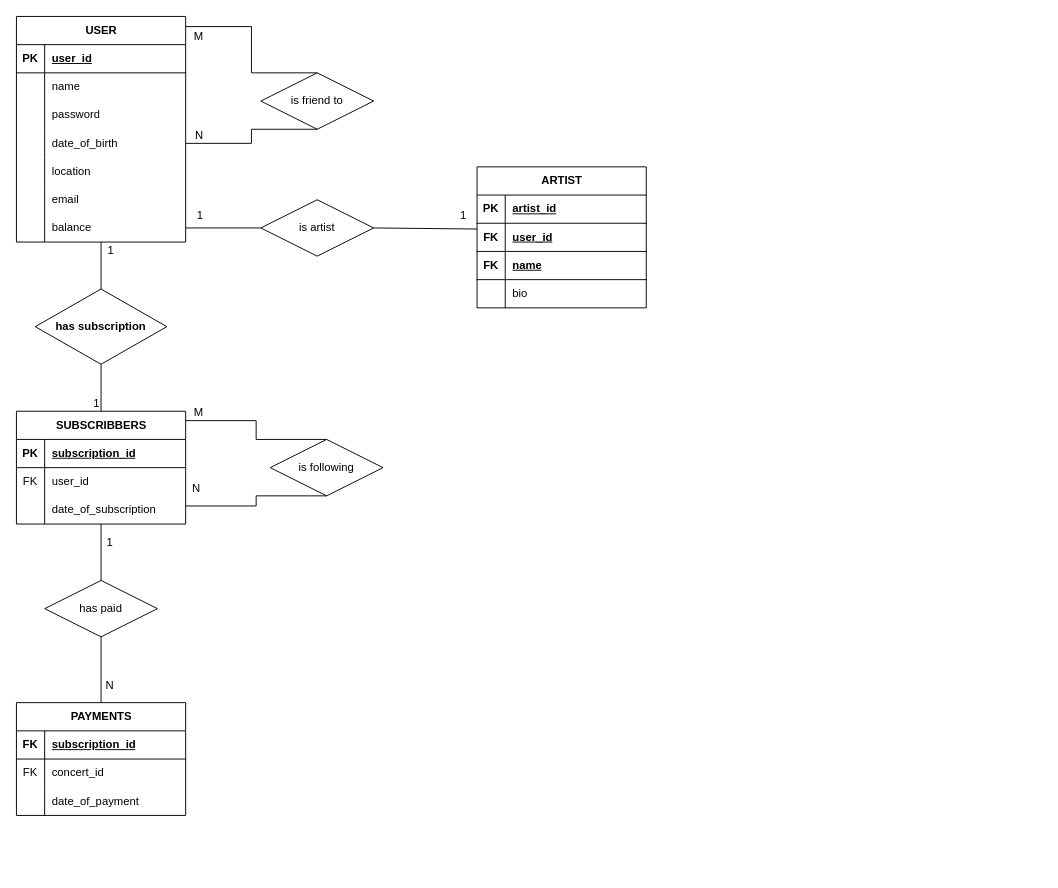
The draw.io diagram Spotify_ERD.drawio in mhtcode/Draw.io, before the edit. Source tidied: cells renumbered, new cells numbered last; positions are measured from the earlier drawing's top-left corner, leaving out a move shared by most shapes. Both pictures are drawn from the tidied source at 94%, with x=0, y=0 at pixel (16, 16).
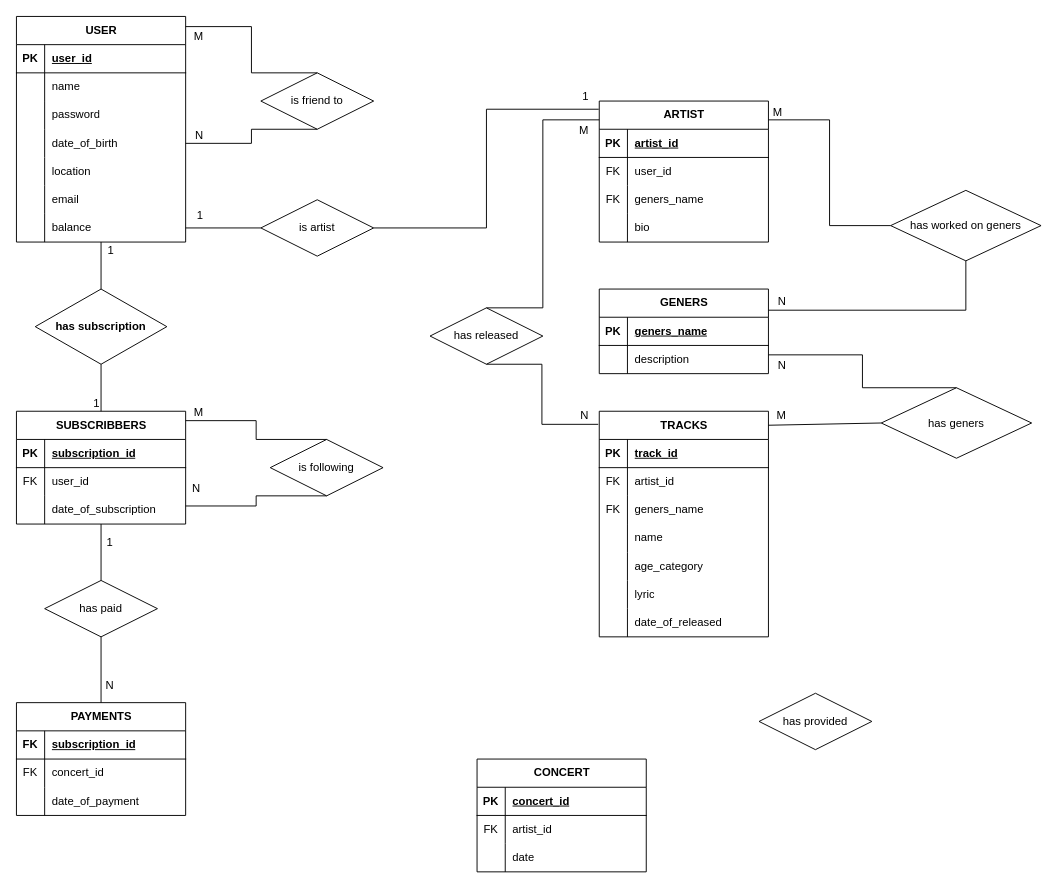
Above is the later version.

The change refers to these unchanged cells:
```xml
<mxCell id="72" value="is artist" style="shape=rhombus;perimeter=rhombusPerimeter;whiteSpace=wrap;html=1;align=center;" parent="1" vertex="1">
  <mxGeometry x="260" y="195" width="120" height="60" as="geometry" />
</mxCell>
```

What changed in the source:
```diff
@@
-    <mxCell id="59" value="ARTIST" style="shape=table;startSize=30;childLayout=tableLayout;rowLines=0;fontStyle=1;align=center;html=1;" parent="1" vertex="1">
-      <mxGeometry x="490" y="160" width="180" height="150" as="geometry" />
-    </mxCell>
-    <mxCell id="60" style="shape=tableRow;horizontal=0;startSize=0;swimlaneHead=0;swimlaneBody=0;fillColor=none;top=0;left=0;right=0;bottom=1;" parent="59" vertex="1">
-      <mxGeometry y="30" width="180" height="30" as="geometry" />
-    </mxCell>
-    <mxCell id="61" value="PK" style="shape=partialRectangle;fillColor=none;top=0;left=0;bottom=0;right=0;fontStyle=1;overflow=hidden;whiteSpace=wrap;html=1;" parent="60" vertex="1">
-      <mxGeometry width="30" height="30" as="geometry" />
-    </mxCell>
-    <mxCell id="62" value="artist_id" style="shape=partialRectangle;fillColor=none;top=0;left=0;bottom=0;right=0;align=left;spacingLeft=6;fontStyle=5;overflow=hidden;whiteSpace=wrap;html=1;" parent="60" vertex="1">
-      <mxGeometry x="30" width="150" height="30" as="geometry" />
-    </mxCell>
-    <mxCell id="63" style="shape=tableRow;horizontal=0;startSize=0;swimlaneHead=0;swimlaneBody=0;fillColor=none;points=[[0,0.5],[1,0.5]];portConstraint=eastwest;top=0;left=0;right=0;bottom=1;" parent="59" vertex="1">
-      <mxGeometry y="60" width="180" height="30" as="geometry" />
-    </mxCell>
-    <mxCell id="64" value="FK" style="shape=partialRectangle;fillColor=none;top=0;left=0;bottom=0;right=0;fontStyle=1;overflow=hidden;whiteSpace=wrap;html=1;" parent="63" vertex="1">
-      <mxGeometry width="30" height="30" as="geometry" />
-    </mxCell>
-    <mxCell id="65" value="user_id" style="shape=partialRectangle;fillColor=none;top=0;left=0;bottom=0;right=0;align=left;spacingLeft=6;fontStyle=5;overflow=hidden;whiteSpace=wrap;html=1;" parent="63" vertex="1">
-      <mxGeometry x="30" width="150" height="30" as="geometry" />
-    </mxCell>
-    <mxCell id="66" style="shape=tableRow;horizontal=0;startSize=0;swimlaneHead=0;swimlaneBody=0;fillColor=none;top=0;left=0;right=0;bottom=1;" parent="59" vertex="1">
-      <mxGeometry y="90" width="180" height="30" as="geometry" />
-    </mxCell>
-    <mxCell id="67" value="FK" style="shape=partialRectangle;fillColor=none;top=0;left=0;bottom=0;right=0;fontStyle=1;overflow=hidden;whiteSpace=wrap;html=1;" parent="66" vertex="1">
-      <mxGeometry width="30" height="30" as="geometry" />
-    </mxCell>
-    <mxCell id="68" value="name" style="shape=partialRectangle;fillColor=none;top=0;left=0;bottom=0;right=0;align=left;spacingLeft=6;fontStyle=5;overflow=hidden;whiteSpace=wrap;html=1;" parent="66" vertex="1">
-      <mxGeometry x="30" width="150" height="30" as="geometry" />
-    </mxCell>
-    <mxCell id="69" style="shape=tableRow;horizontal=0;startSize=0;swimlaneHead=0;swimlaneBody=0;fillColor=none;top=0;left=0;right=0;bottom=0;" parent="59" vertex="1">
-      <mxGeometry y="120" width="180" height="30" as="geometry" />
-    </mxCell>
-    <mxCell id="70" style="shape=partialRectangle;fillColor=none;top=0;left=0;bottom=0;right=0;overflow=hidden;whiteSpace=wrap;html=1;" parent="69" vertex="1">
-      <mxGeometry width="30" height="30" as="geometry" />
-    </mxCell>
-    <mxCell id="71" value="bio" style="shape=partialRectangle;fillColor=none;top=0;left=0;bottom=0;right=0;align=left;spacingLeft=6;overflow=hidden;whiteSpace=wrap;html=1;" parent="69" vertex="1">
-      <mxGeometry x="30" width="150" height="30" as="geometry" />
-    </mxCell>
@@
-    <mxCell id="73" style="endArrow=none;html=1;rounded=0;exitX=1;exitY=0.5;exitDx=0;exitDy=0;entryX=0;entryY=0.205;entryDx=0;entryDy=0;entryPerimeter=0;" parent="1" edge="1" source="72" target="63">
+    <mxCell id="73" style="endArrow=none;html=1;rounded=0;exitX=1;exitY=0.5;exitDx=0;exitDy=0;entryX=-0.003;entryY=0.058;entryDx=0;entryDy=0;entryPerimeter=0;edgeStyle=elbowEdgeStyle;" parent="1" edge="1" source="72" target="59">
       <mxGeometry relative="1" as="geometry" />
     </mxCell>
@@
+    <mxCell id="82" value="CONCERT" style="shape=table;startSize=30;childLayout=tableLayout;rowLines=0;fontStyle=1;align=center;html=1;" parent="1" vertex="1">
+      <mxGeometry x="490" y="790" width="180" height="120" as="geometry" />
+    </mxCell>
+    <mxCell id="83" style="shape=tableRow;horizontal=0;startSize=0;swimlaneHead=0;swimlaneBody=0;fillColor=none;top=0;left=0;right=0;bottom=1;" parent="82" vertex="1">
+      <mxGeometry y="30" width="180" height="30" as="geometry" />
+    </mxCell>
+    <mxCell id="84" value="PK" style="shape=partialRectangle;fillColor=none;top=0;left=0;bottom=0;right=0;fontStyle=1;overflow=hidden;whiteSpace=wrap;html=1;" parent="83" vertex="1">
+      <mxGeometry width="30" height="30" as="geometry" />
+    </mxCell>
+    <mxCell id="85" value="concert_id" style="shape=partialRectangle;fillColor=none;top=0;left=0;bottom=0;right=0;align=left;spacingLeft=6;fontStyle=5;overflow=hidden;whiteSpace=wrap;html=1;" parent="83" vertex="1">
+      <mxGeometry x="30" width="150" height="30" as="geometry" />
+    </mxCell>
+    <mxCell id="86" style="shape=tableRow;horizontal=0;startSize=0;swimlaneHead=0;swimlaneBody=0;fillColor=none;top=0;left=0;right=0;bottom=0;" parent="82" vertex="1">
+      <mxGeometry y="60" width="180" height="30" as="geometry" />
+    </mxCell>
+    <mxCell id="87" value="FK" style="shape=partialRectangle;fillColor=none;top=0;left=0;bottom=0;right=0;overflow=hidden;whiteSpace=wrap;html=1;" parent="86" vertex="1">
+      <mxGeometry width="30" height="30" as="geometry" />
+    </mxCell>
+    <mxCell id="88" value="artist_id" style="shape=partialRectangle;fillColor=none;top=0;left=0;bottom=0;right=0;align=left;spacingLeft=6;overflow=hidden;whiteSpace=wrap;html=1;" parent="86" vertex="1">
+      <mxGeometry x="30" width="150" height="30" as="geometry" />
+    </mxCell>
+    <mxCell id="89" style="shape=tableRow;horizontal=0;startSize=0;swimlaneHead=0;swimlaneBody=0;fillColor=none;top=0;left=0;right=0;bottom=0;" parent="82" vertex="1">
+      <mxGeometry y="90" width="180" height="30" as="geometry" />
+    </mxCell>
+    <mxCell id="90" style="shape=partialRectangle;fillColor=none;top=0;left=0;bottom=0;right=0;overflow=hidden;whiteSpace=wrap;html=1;" parent="89" vertex="1">
+      <mxGeometry width="30" height="30" as="geometry" />
+    </mxCell>
+    <mxCell id="91" value="date" style="shape=partialRectangle;fillColor=none;top=0;left=0;bottom=0;right=0;align=left;spacingLeft=6;overflow=hidden;whiteSpace=wrap;html=1;" parent="89" vertex="1">
+      <mxGeometry x="30" width="150" height="30" as="geometry" />
+    </mxCell>
+    <mxCell id="92" value="has provided" style="shape=rhombus;perimeter=rhombusPerimeter;whiteSpace=wrap;html=1;align=center;" parent="1" vertex="1">
+      <mxGeometry x="790" y="720" width="120" height="60" as="geometry" />
+    </mxCell>
+    <mxCell id="93" value="has released" style="shape=rhombus;perimeter=rhombusPerimeter;whiteSpace=wrap;html=1;align=center;" parent="1" vertex="1">
+      <mxGeometry x="440" y="310" width="120" height="60" as="geometry" />
+    </mxCell>
+    <mxCell id="59" value="ARTIST" style="shape=table;startSize=30;childLayout=tableLayout;rowLines=0;fontStyle=1;align=center;html=1;" parent="1" vertex="1">
+      <mxGeometry x="620" y="90" width="180" height="150" as="geometry" />
+    </mxCell>
+    <mxCell id="60" style="shape=tableRow;horizontal=0;startSize=0;swimlaneHead=0;swimlaneBody=0;fillColor=none;top=0;left=0;right=0;bottom=1;" parent="59" vertex="1">
+      <mxGeometry y="30" width="180" height="30" as="geometry" />
+    </mxCell>
+    <mxCell id="61" value="PK" style="shape=partialRectangle;fillColor=none;top=0;left=0;bottom=0;right=0;fontStyle=1;overflow=hidden;whiteSpace=wrap;html=1;" parent="60" vertex="1">
+      <mxGeometry width="30" height="30" as="geometry" />
+    </mxCell>
+    <mxCell id="62" value="artist_id" style="shape=partialRectangle;fillColor=none;top=0;left=0;bottom=0;right=0;align=left;spacingLeft=6;fontStyle=5;overflow=hidden;whiteSpace=wrap;html=1;" parent="60" vertex="1">
+      <mxGeometry x="30" width="150" height="30" as="geometry" />
+    </mxCell>
+    <mxCell id="94" style="shape=tableRow;horizontal=0;startSize=0;swimlaneHead=0;swimlaneBody=0;fillColor=none;top=0;left=0;right=0;bottom=0;" parent="59" vertex="1">
+      <mxGeometry y="60" width="180" height="30" as="geometry" />
+    </mxCell>
+    <mxCell id="95" value="FK" style="shape=partialRectangle;fillColor=none;top=0;left=0;bottom=0;right=0;overflow=hidden;whiteSpace=wrap;html=1;" parent="94" vertex="1">
+      <mxGeometry width="30" height="30" as="geometry" />
+    </mxCell>
+    <mxCell id="65" value="user_id" style="shape=partialRectangle;fillColor=none;top=0;left=0;bottom=0;right=0;align=left;spacingLeft=6;overflow=hidden;whiteSpace=wrap;html=1;" parent="94" vertex="1">
+      <mxGeometry x="30" width="150" height="30" as="geometry" />
+    </mxCell>
+    <mxCell id="96" style="shape=tableRow;horizontal=0;startSize=0;swimlaneHead=0;swimlaneBody=0;fillColor=none;top=0;left=0;right=0;bottom=0;" parent="59" vertex="1">
+      <mxGeometry y="90" width="180" height="30" as="geometry" />
+    </mxCell>
+    <mxCell id="97" value="FK" style="shape=partialRectangle;fillColor=none;top=0;left=0;bottom=0;right=0;overflow=hidden;whiteSpace=wrap;html=1;" parent="96" vertex="1">
+      <mxGeometry width="30" height="30" as="geometry" />
+    </mxCell>
+    <mxCell id="98" value="geners_name" style="shape=partialRectangle;fillColor=none;top=0;left=0;bottom=0;right=0;align=left;spacingLeft=6;overflow=hidden;whiteSpace=wrap;html=1;" parent="96" vertex="1">
+      <mxGeometry x="30" width="150" height="30" as="geometry" />
+    </mxCell>
+    <mxCell id="69" style="shape=tableRow;horizontal=0;startSize=0;swimlaneHead=0;swimlaneBody=0;fillColor=none;top=0;left=0;right=0;bottom=0;" parent="59" vertex="1">
+      <mxGeometry y="120" width="180" height="30" as="geometry" />
+    </mxCell>
+    <mxCell id="70" style="shape=partialRectangle;fillColor=none;top=0;left=0;bottom=0;right=0;overflow=hidden;whiteSpace=wrap;html=1;" parent="69" vertex="1">
+      <mxGeometry width="30" height="30" as="geometry" />
+    </mxCell>
+    <mxCell id="71" value="bio" style="shape=partialRectangle;fillColor=none;top=0;left=0;bottom=0;right=0;align=left;spacingLeft=6;overflow=hidden;whiteSpace=wrap;html=1;" parent="69" vertex="1">
+      <mxGeometry x="30" width="150" height="30" as="geometry" />
+    </mxCell>
+    <mxCell id="99" value="TRACKS" style="shape=table;startSize=30;childLayout=tableLayout;rowLines=0;fontStyle=1;align=center;html=1;" parent="1" vertex="1">
+      <mxGeometry x="620" y="420" width="180" height="240" as="geometry" />
+    </mxCell>
+    <mxCell id="100" style="shape=tableRow;horizontal=0;startSize=0;swimlaneHead=0;swimlaneBody=0;fillColor=none;top=0;left=0;right=0;bottom=1;" parent="99" vertex="1">
+      <mxGeometry y="30" width="180" height="30" as="geometry" />
+    </mxCell>
+    <mxCell id="101" value="PK" style="shape=partialRectangle;fillColor=none;top=0;left=0;bottom=0;right=0;fontStyle=1;overflow=hidden;whiteSpace=wrap;html=1;" parent="100" vertex="1">
+      <mxGeometry width="30" height="30" as="geometry" />
+    </mxCell>
+    <mxCell id="102" value="track_id" style="shape=partialRectangle;fillColor=none;top=0;left=0;bottom=0;right=0;align=left;spacingLeft=6;fontStyle=5;overflow=hidden;whiteSpace=wrap;html=1;" parent="100" vertex="1">
+      <mxGeometry x="30" width="150" height="30" as="geometry" />
+    </mxCell>
+    <mxCell id="103" style="shape=tableRow;horizontal=0;startSize=0;swimlaneHead=0;swimlaneBody=0;fillColor=none;top=0;left=0;right=0;bottom=0;" parent="99" vertex="1">
+      <mxGeometry y="60" width="180" height="30" as="geometry" />
+    </mxCell>
+    <mxCell id="104" value="FK" style="shape=partialRectangle;fillColor=none;top=0;left=0;bottom=0;right=0;overflow=hidden;whiteSpace=wrap;html=1;" parent="103" vertex="1">
+      <mxGeometry width="30" height="30" as="geometry" />
+    </mxCell>
+    <mxCell id="105" value="artist_id" style="shape=partialRectangle;fillColor=none;top=0;left=0;bottom=0;right=0;align=left;spacingLeft=6;overflow=hidden;whiteSpace=wrap;html=1;" parent="103" vertex="1">
+      <mxGeometry x="30" width="150" height="30" as="geometry" />
+    </mxCell>
+    <mxCell id="106" style="shape=tableRow;horizontal=0;startSize=0;swimlaneHead=0;swimlaneBody=0;fillColor=none;top=0;left=0;right=0;bottom=0;" parent="99" vertex="1">
+      <mxGeometry y="90" width="180" height="30" as="geometry" />
+    </mxCell>
+    <mxCell id="107" value="FK" style="shape=partialRectangle;fillColor=none;top=0;left=0;bottom=0;right=0;overflow=hidden;whiteSpace=wrap;html=1;" parent="106" vertex="1">
+      <mxGeometry width="30" height="30" as="geometry" />
+    </mxCell>
+    <mxCell id="108" value="geners_name" style="shape=partialRectangle;fillColor=none;top=0;left=0;bottom=0;right=0;align=left;spacingLeft=6;overflow=hidden;whiteSpace=wrap;html=1;" parent="106" vertex="1">
+      <mxGeometry x="30" width="150" height="30" as="geometry" />
+    </mxCell>
+    <mxCell id="109" style="shape=tableRow;horizontal=0;startSize=0;swimlaneHead=0;swimlaneBody=0;fillColor=none;top=0;left=0;right=0;bottom=0;" parent="99" vertex="1">
+      <mxGeometry y="120" width="180" height="30" as="geometry" />
+    </mxCell>
+    <mxCell id="110" style="shape=partialRectangle;fillColor=none;top=0;left=0;bottom=0;right=0;overflow=hidden;whiteSpace=wrap;html=1;" parent="109" vertex="1">
+      <mxGeometry width="30" height="30" as="geometry" />
+    </mxCell>
+    <mxCell id="68" value="name" style="shape=partialRectangle;fillColor=none;top=0;left=0;bottom=0;right=0;align=left;spacingLeft=6;overflow=hidden;whiteSpace=wrap;html=1;" parent="109" vertex="1">
+      <mxGeometry x="30" width="150" height="30" as="geometry" />
+    </mxCell>
+    <mxCell id="111" style="shape=tableRow;horizontal=0;startSize=0;swimlaneHead=0;swimlaneBody=0;fillColor=none;top=0;left=0;right=0;bottom=0;" parent="99" vertex="1">
+      <mxGeometry y="150" width="180" height="30" as="geometry" />
+    </mxCell>
+    <mxCell id="112" style="shape=partialRectangle;fillColor=none;top=0;left=0;bottom=0;right=0;overflow=hidden;whiteSpace=wrap;html=1;" parent="111" vertex="1">
+      <mxGeometry width="30" height="30" as="geometry" />
+    </mxCell>
+    <mxCell id="113" value="age_category" style="shape=partialRectangle;fillColor=none;top=0;left=0;bottom=0;right=0;align=left;spacingLeft=6;overflow=hidden;whiteSpace=wrap;html=1;" parent="111" vertex="1">
+      <mxGeometry x="30" width="150" height="30" as="geometry" />
+    </mxCell>
+    <mxCell id="114" style="shape=tableRow;horizontal=0;startSize=0;swimlaneHead=0;swimlaneBody=0;fillColor=none;top=0;left=0;right=0;bottom=0;" parent="99" vertex="1">
+      <mxGeometry y="180" width="180" height="30" as="geometry" />
+    </mxCell>
+    <mxCell id="115" style="shape=partialRectangle;fillColor=none;top=0;left=0;bottom=0;right=0;overflow=hidden;whiteSpace=wrap;html=1;" parent="114" vertex="1">
+      <mxGeometry width="30" height="30" as="geometry" />
+    </mxCell>
+    <mxCell id="116" value="lyric" style="shape=partialRectangle;fillColor=none;top=0;left=0;bottom=0;right=0;align=left;spacingLeft=6;overflow=hidden;whiteSpace=wrap;html=1;" parent="114" vertex="1">
+      <mxGeometry x="30" width="150" height="30" as="geometry" />
+    </mxCell>
+    <mxCell id="117" style="shape=tableRow;horizontal=0;startSize=0;swimlaneHead=0;swimlaneBody=0;fillColor=none;top=0;left=0;right=0;bottom=0;" parent="99" vertex="1">
+      <mxGeometry y="210" width="180" height="30" as="geometry" />
+    </mxCell>
+    <mxCell id="118" style="shape=partialRectangle;fillColor=none;top=0;left=0;bottom=0;right=0;overflow=hidden;whiteSpace=wrap;html=1;" parent="117" vertex="1">
+      <mxGeometry width="30" height="30" as="geometry" />
+    </mxCell>
+    <mxCell id="119" value="date_of_released" style="shape=partialRectangle;fillColor=none;top=0;left=0;bottom=0;right=0;align=left;spacingLeft=6;overflow=hidden;whiteSpace=wrap;html=1;" parent="117" vertex="1">
+      <mxGeometry x="30" width="150" height="30" as="geometry" />
+    </mxCell>
+    <mxCell id="120" value="GENERS" style="shape=table;startSize=30;childLayout=tableLayout;rowLines=0;fontStyle=1;align=center;html=1;" parent="1" vertex="1">
+      <mxGeometry x="620" y="290" width="180" height="90" as="geometry" />
+    </mxCell>
+    <mxCell id="121" style="shape=tableRow;horizontal=0;startSize=0;swimlaneHead=0;swimlaneBody=0;fillColor=none;top=0;left=0;right=0;bottom=1;" parent="120" vertex="1">
+      <mxGeometry y="30" width="180" height="30" as="geometry" />
+    </mxCell>
+    <mxCell id="122" value="PK" style="shape=partialRectangle;fillColor=none;top=0;left=0;bottom=0;right=0;fontStyle=1;overflow=hidden;whiteSpace=wrap;html=1;" parent="121" vertex="1">
+      <mxGeometry width="30" height="30" as="geometry" />
+    </mxCell>
+    <mxCell id="123" value="geners_name" style="shape=partialRectangle;fillColor=none;top=0;left=0;bottom=0;right=0;align=left;spacingLeft=6;fontStyle=5;overflow=hidden;whiteSpace=wrap;html=1;" parent="121" vertex="1">
+      <mxGeometry x="30" width="150" height="30" as="geometry" />
+    </mxCell>
+    <mxCell id="124" style="shape=tableRow;horizontal=0;startSize=0;swimlaneHead=0;swimlaneBody=0;fillColor=none;top=0;left=0;right=0;bottom=0;" parent="120" vertex="1">
+      <mxGeometry y="60" width="180" height="30" as="geometry" />
+    </mxCell>
+    <mxCell id="125" style="shape=partialRectangle;fillColor=none;top=0;left=0;bottom=0;right=0;overflow=hidden;whiteSpace=wrap;html=1;" parent="124" vertex="1">
+      <mxGeometry width="30" height="30" as="geometry" />
+    </mxCell>
+    <mxCell id="126" value="description" style="shape=partialRectangle;fillColor=none;top=0;left=0;bottom=0;right=0;align=left;spacingLeft=6;overflow=hidden;whiteSpace=wrap;html=1;" parent="124" vertex="1">
+      <mxGeometry x="30" width="150" height="30" as="geometry" />
+    </mxCell>
+    <mxCell id="127" value="has worked on geners" style="shape=rhombus;perimeter=rhombusPerimeter;whiteSpace=wrap;html=1;align=center;" parent="1" vertex="1">
+      <mxGeometry x="930" y="185" width="160" height="75" as="geometry" />
+    </mxCell>
+    <mxCell id="128" style="endArrow=none;html=1;rounded=0;edgeStyle=elbowEdgeStyle;exitX=0;exitY=0.5;exitDx=0;exitDy=0;" parent="1" edge="1" source="127">
+      <mxGeometry relative="1" as="geometry">
+        <mxPoint x="800" y="110" as="targetPoint" />
+      </mxGeometry>
+    </mxCell>
+    <mxCell id="129" value="M" style="html=1;whiteSpace=wrap;align=right;verticalAlign=bottom;" parent="128" vertex="1">
+      <mxGeometry x="1" relative="1" as="geometry">
+        <mxPoint x="16" as="offset" />
+      </mxGeometry>
+    </mxCell>
+    <mxCell id="130" style="endArrow=none;html=1;rounded=0;entryX=1;entryY=0.25;entryDx=0;entryDy=0;edgeStyle=elbowEdgeStyle;exitX=0.5;exitY=1;exitDx=0;exitDy=0;" parent="1" edge="1" source="127" target="120">
+      <mxGeometry relative="1" as="geometry">
+        <Array as="points">
+          <mxPoint x="1010" y="290" />
+        </Array>
+      </mxGeometry>
+    </mxCell>
+    <mxCell id="131" value="N" style="html=1;whiteSpace=wrap;align=right;verticalAlign=bottom;" parent="130" vertex="1">
+      <mxGeometry x="1" relative="1" as="geometry">
+        <mxPoint x="20" y="-2" as="offset" />
+      </mxGeometry>
+    </mxCell>
+    <mxCell id="132" value="has geners" style="shape=rhombus;perimeter=rhombusPerimeter;whiteSpace=wrap;html=1;align=center;" parent="1" vertex="1">
+      <mxGeometry x="920" y="395" width="160" height="75" as="geometry" />
+    </mxCell>
+    <mxCell id="133" style="endArrow=none;html=1;rounded=0;entryX=0;entryY=0.5;entryDx=0;entryDy=0;exitX=1;exitY=0.062;exitDx=0;exitDy=0;exitPerimeter=0;" parent="1" edge="1" source="99" target="132">
+      <mxGeometry relative="1" as="geometry" />
+    </mxCell>
+    <mxCell id="134" value="M" style="html=1;whiteSpace=wrap;align=right;verticalAlign=bottom;" parent="133" vertex="1">
+      <mxGeometry x="1" relative="1" as="geometry">
+        <mxPoint x="-100" as="offset" />
+      </mxGeometry>
+    </mxCell>
+    <mxCell id="135" style="endArrow=none;html=1;rounded=0;entryX=0.5;entryY=0;entryDx=0;entryDy=0;edgeStyle=elbowEdgeStyle;" parent="1" edge="1" target="132">
+      <mxGeometry relative="1" as="geometry">
+        <mxPoint x="800" y="360" as="sourcePoint" />
+      </mxGeometry>
+    </mxCell>
+    <mxCell id="136" value="N" style="html=1;whiteSpace=wrap;align=right;verticalAlign=bottom;" parent="135" vertex="1">
+      <mxGeometry x="1" relative="1" as="geometry">
+        <mxPoint x="-180" y="-15" as="offset" />
+      </mxGeometry>
+    </mxCell>
+    <mxCell id="137" style="endArrow=none;html=1;rounded=0;exitX=0.5;exitY=0;exitDx=0;exitDy=0;edgeStyle=elbowEdgeStyle;" parent="1" edge="1" source="93">
+      <mxGeometry relative="1" as="geometry">
+        <mxPoint x="620" y="110" as="targetPoint" />
+      </mxGeometry>
+    </mxCell>
+    <mxCell id="138" value="M" style="html=1;whiteSpace=wrap;align=right;verticalAlign=bottom;" parent="137" vertex="1">
+      <mxGeometry x="1" relative="1" as="geometry">
+        <mxPoint x="-10" y="20" as="offset" />
+      </mxGeometry>
+    </mxCell>
+    <mxCell id="139" style="endArrow=none;html=1;rounded=0;exitX=0.5;exitY=1;exitDx=0;exitDy=0;entryX=-0.006;entryY=0.058;entryDx=0;entryDy=0;entryPerimeter=0;edgeStyle=elbowEdgeStyle;" parent="1" edge="1" source="93" target="99">
+      <mxGeometry relative="1" as="geometry" />
+    </mxCell>
+    <mxCell id="140" value="N" style="html=1;whiteSpace=wrap;align=right;verticalAlign=bottom;" parent="139" vertex="1">
+      <mxGeometry x="1" relative="1" as="geometry">
+        <mxPoint x="-9" y="-1" as="offset" />
+      </mxGeometry>
+    </mxCell>
```
